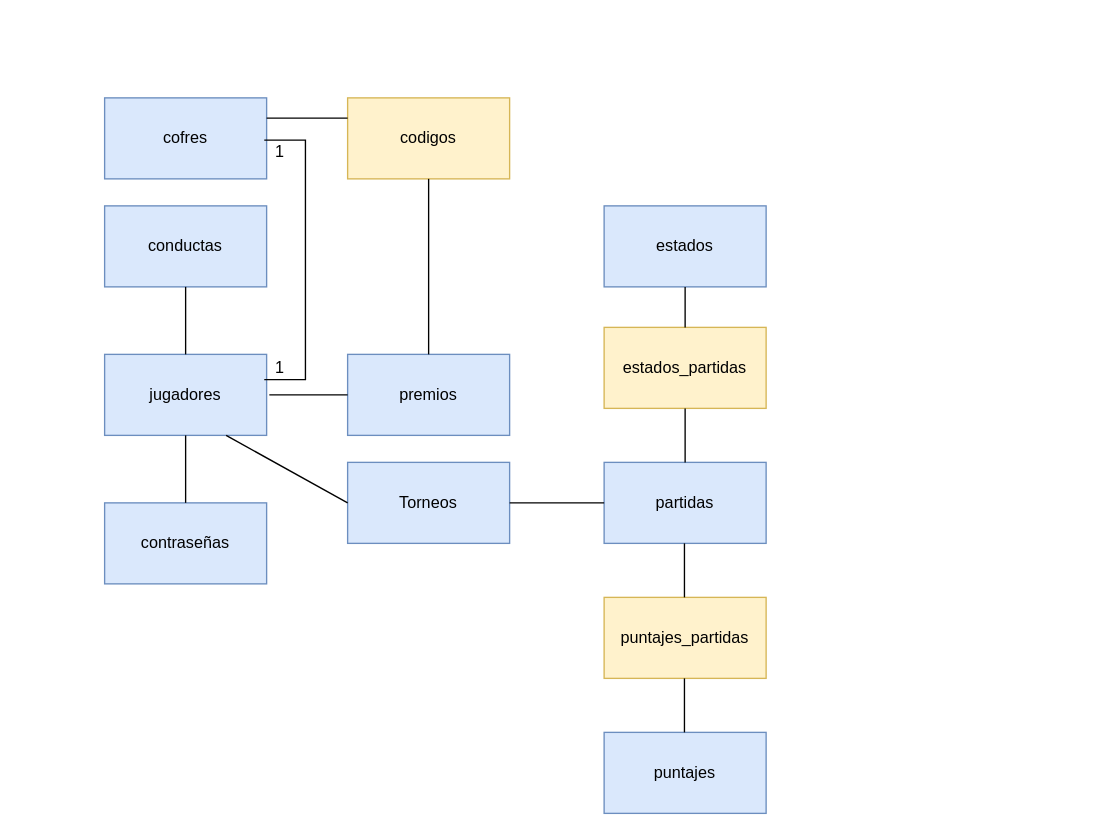
Above: diagramas/Martillzos.drawio in carpenaloza/basic_repo (draw.io), before the change. Source tidied: cells renumbered, new cells numbered last; positions are measured from the earlier drawing's top-left corner, leaving out a move shared by most shapes. Both pictures are drawn from the tidied source at 135%, with x=0, y=0 at pixel (104, 97).
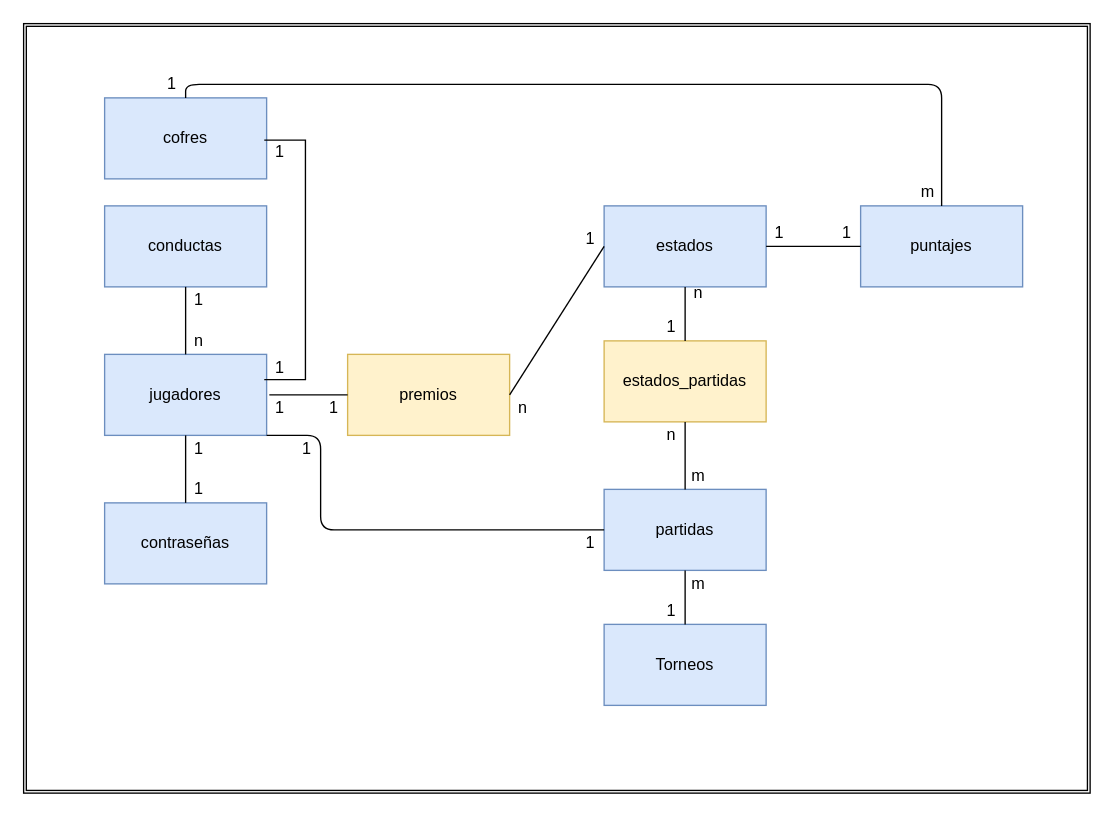
The same diagram, later.

Unchanged cells that the change refers to:
```xml
<mxCell id="3" value="jugadores" style="rounded=0;whiteSpace=wrap;html=1;fillColor=#dae8fc;strokeColor=#6c8ebf;" parent="1" vertex="1">
  <mxGeometry y="190" width="120" height="60" as="geometry" />
</mxCell>
<mxCell id="9" value="estados" style="rounded=0;whiteSpace=wrap;html=1;fillColor=#dae8fc;strokeColor=#6c8ebf;" parent="1" vertex="1">
  <mxGeometry x="370" y="80" width="120" height="60" as="geometry" />
</mxCell>
<mxCell id="18" value="cofres" style="rounded=0;whiteSpace=wrap;html=1;fillColor=#dae8fc;strokeColor=#6c8ebf;" parent="1" vertex="1">
  <mxGeometry width="120" height="60" as="geometry" />
</mxCell>
```

Change to the diagram source:
```diff
@@
+    <mxCell id="28" style="shape=ext;double=1;rounded=0;whiteSpace=wrap;html=1;" parent="1" vertex="1">
+      <mxGeometry x="-60" y="-55" width="790" height="570" as="geometry" />
+    </mxCell>
@@
     <mxCell id="7" value="Torneos" style="rounded=0;whiteSpace=wrap;html=1;fillColor=#dae8fc;strokeColor=#6c8ebf;" parent="1" vertex="1">
-      <mxGeometry x="180" y="270" width="120" height="60" as="geometry" />
+      <mxGeometry x="370" y="390" width="120" height="60" as="geometry" />
     </mxCell>
     <mxCell id="8" value="partidas" style="rounded=0;whiteSpace=wrap;html=1;fillColor=#dae8fc;strokeColor=#6c8ebf;" parent="1" vertex="1">
-      <mxGeometry x="370" y="270" width="120" height="60" as="geometry" />
+      <mxGeometry x="370" y="290" width="120" height="60" as="geometry" />
     </mxCell>
@@
     <mxCell id="10" value="estados_partidas" style="rounded=0;whiteSpace=wrap;html=1;fillColor=#fff2cc;strokeColor=#d6b656;" parent="1" vertex="1">
-      <mxGeometry x="370" y="170" width="120" height="60" as="geometry" />
+      <mxGeometry x="370" y="180" width="120" height="60" as="geometry" />
     </mxCell>
@@
-    <mxCell id="13" style="endArrow=none;html=1;entryX=1;entryY=0.5;entryDx=0;entryDy=0;exitX=0;exitY=0.5;exitDx=0;exitDy=0;" parent="1" edge="1" source="8">
-      <mxGeometry relative="1" as="geometry">
-        <mxPoint x="300" y="300" as="targetPoint" />
-      </mxGeometry>
-    </mxCell>
     <mxCell id="14" value="puntajes" style="rounded=0;whiteSpace=wrap;html=1;fillColor=#dae8fc;strokeColor=#6c8ebf;" parent="1" vertex="1">
-      <mxGeometry x="370" y="470" width="120" height="60" as="geometry" />
+      <mxGeometry x="560" y="80" width="120" height="60" as="geometry" />
     </mxCell>
-    <mxCell id="15" value="puntajes_partidas" style="rounded=0;whiteSpace=wrap;html=1;fillColor=#fff2cc;strokeColor=#d6b656;" parent="1" vertex="1">
-      <mxGeometry x="370" y="370" width="120" height="60" as="geometry" />
-    </mxCell>
-    <mxCell id="16" style="endArrow=none;html=1;entryX=0.5;entryY=1;entryDx=0;entryDy=0;exitX=0.5;exitY=0;exitDx=0;exitDy=0;" parent="1" edge="1">
-      <mxGeometry relative="1" as="geometry">
-        <mxPoint x="429.5" y="370" as="sourcePoint" />
-        <mxPoint x="429.5" y="330" as="targetPoint" />
-      </mxGeometry>
-    </mxCell>
-    <mxCell id="17" style="endArrow=none;html=1;entryX=0.5;entryY=1;entryDx=0;entryDy=0;exitX=0.5;exitY=0;exitDx=0;exitDy=0;" parent="1" edge="1">
+    <mxCell id="17" style="endArrow=none;html=1;entryX=0.5;entryY=1;entryDx=0;entryDy=0;exitX=0;exitY=0.5;exitDx=0;exitDy=0;startArrow=none;" parent="1" edge="1" source="14">
       <mxGeometry relative="1" as="geometry">
-        <mxPoint x="429.5" y="470" as="sourcePoint" />
-        <mxPoint x="429.5" y="430" as="targetPoint" />
+        <mxPoint x="490" y="110" as="targetPoint" />
       </mxGeometry>
     </mxCell>
@@
-    <mxCell id="20" value="premios" style="rounded=0;whiteSpace=wrap;html=1;fillColor=#dae8fc;strokeColor=#6c8ebf;" parent="1" vertex="1">
+    <mxCell id="20" value="premios" style="rounded=0;whiteSpace=wrap;html=1;fillColor=#fff2cc;strokeColor=#d6b656;" parent="1" vertex="1">
       <mxGeometry x="180" y="190" width="120" height="60" as="geometry" />
     </mxCell>
@@
-    <mxCell id="24" style="endArrow=none;html=1;entryX=0.75;entryY=1;entryDx=0;entryDy=0;exitX=0;exitY=0.5;exitDx=0;exitDy=0;" parent="1" edge="1" source="7" target="3">
+    <mxCell id="24" style="endArrow=none;html=1;exitX=0.5;exitY=0;exitDx=0;exitDy=0;entryX=0.5;entryY=1;entryDx=0;entryDy=0;" parent="1" edge="1" source="7" target="8">
       <mxGeometry relative="1" as="geometry" />
     </mxCell>
-    <mxCell id="25" value="codigos" style="rounded=0;whiteSpace=wrap;html=1;fillColor=#fff2cc;strokeColor=#d6b656;" parent="1" vertex="1">
-      <mxGeometry x="180" width="120" height="60" as="geometry" />
-    </mxCell>
-    <mxCell id="26" style="endArrow=none;html=1;entryX=0.5;entryY=1;entryDx=0;entryDy=0;exitX=0.5;exitY=0;exitDx=0;exitDy=0;" parent="1" edge="1" source="20" target="25">
-      <mxGeometry relative="1" as="geometry" />
-    </mxCell>
-    <mxCell id="27" style="endArrow=none;html=1;entryX=0;entryY=0.25;entryDx=0;entryDy=0;exitX=1;exitY=0.25;exitDx=0;exitDy=0;" parent="1" edge="1" source="18" target="25">
+    <mxCell id="27" style="endArrow=none;html=1;entryX=0;entryY=0.5;entryDx=0;entryDy=0;exitX=1;exitY=0.5;exitDx=0;exitDy=0;" parent="1" edge="1" source="20" target="9">
       <mxGeometry relative="1" as="geometry" />
     </mxCell>
+    <mxCell id="29" value="1" style="text;html=1;strokeColor=none;fillColor=none;align=center;verticalAlign=middle;whiteSpace=wrap;rounded=0;" parent="1" vertex="1">
+      <mxGeometry x="50" y="250" width="40" height="20" as="geometry" />
+    </mxCell>
+    <mxCell id="30" value="1" style="text;html=1;strokeColor=none;fillColor=none;align=center;verticalAlign=middle;whiteSpace=wrap;rounded=0;" parent="1" vertex="1">
+      <mxGeometry x="50" y="280" width="40" height="20" as="geometry" />
+    </mxCell>
+    <mxCell id="31" value="1" style="text;html=1;strokeColor=none;fillColor=none;align=center;verticalAlign=middle;whiteSpace=wrap;rounded=0;" parent="1" vertex="1">
+      <mxGeometry x="50" y="140" width="40" height="20" as="geometry" />
+    </mxCell>
+    <mxCell id="32" value="n" style="text;html=1;strokeColor=none;fillColor=none;align=center;verticalAlign=middle;whiteSpace=wrap;rounded=0;" parent="1" vertex="1">
+      <mxGeometry x="50" y="170" width="40" height="20" as="geometry" />
+    </mxCell>
+    <mxCell id="33" value="1" style="text;html=1;strokeColor=none;fillColor=none;align=center;verticalAlign=middle;whiteSpace=wrap;rounded=0;" parent="1" vertex="1">
+      <mxGeometry x="480" y="90" width="40" height="20" as="geometry" />
+    </mxCell>
+    <mxCell id="34" value="1" style="text;html=1;strokeColor=none;fillColor=none;align=center;verticalAlign=middle;whiteSpace=wrap;rounded=0;" parent="1" vertex="1">
+      <mxGeometry x="150" y="220" width="40" height="20" as="geometry" />
+    </mxCell>
+    <mxCell id="35" value="n" style="text;html=1;strokeColor=none;fillColor=none;align=center;verticalAlign=middle;whiteSpace=wrap;rounded=0;" parent="1" vertex="1">
+      <mxGeometry x="290" y="220" width="40" height="20" as="geometry" />
+    </mxCell>
+    <mxCell id="36" value="1" style="text;html=1;strokeColor=none;fillColor=none;align=center;verticalAlign=middle;whiteSpace=wrap;rounded=0;" parent="1" vertex="1">
+      <mxGeometry x="110" y="220" width="40" height="20" as="geometry" />
+    </mxCell>
+    <mxCell id="37" value="1" style="text;html=1;strokeColor=none;fillColor=none;align=center;verticalAlign=middle;whiteSpace=wrap;rounded=0;" parent="1" vertex="1">
+      <mxGeometry x="340" y="95" width="40" height="20" as="geometry" />
+    </mxCell>
+    <mxCell id="38" value="1" style="text;html=1;strokeColor=none;fillColor=none;align=center;verticalAlign=middle;whiteSpace=wrap;rounded=0;" parent="1" vertex="1">
+      <mxGeometry x="530" y="90" width="40" height="20" as="geometry" />
+    </mxCell>
+    <mxCell id="39" value="1" style="text;html=1;strokeColor=none;fillColor=none;align=center;verticalAlign=middle;whiteSpace=wrap;rounded=0;" parent="1" vertex="1">
+      <mxGeometry x="130" y="250" width="40" height="20" as="geometry" />
+    </mxCell>
+    <mxCell id="40" value="1" style="text;html=1;strokeColor=none;fillColor=none;align=center;verticalAlign=middle;whiteSpace=wrap;rounded=0;" parent="1" vertex="1">
+      <mxGeometry x="340" y="320" width="40" height="20" as="geometry" />
+    </mxCell>
+    <mxCell id="41" value="n" style="text;html=1;strokeColor=none;fillColor=none;align=center;verticalAlign=middle;whiteSpace=wrap;rounded=0;" parent="1" vertex="1">
+      <mxGeometry x="400" y="240" width="40" height="20" as="geometry" />
+    </mxCell>
+    <mxCell id="42" value="m" style="text;html=1;strokeColor=none;fillColor=none;align=center;verticalAlign=middle;whiteSpace=wrap;rounded=0;" parent="1" vertex="1">
+      <mxGeometry x="420" y="270" width="40" height="20" as="geometry" />
+    </mxCell>
+    <mxCell id="43" value="n" style="text;html=1;strokeColor=none;fillColor=none;align=center;verticalAlign=middle;whiteSpace=wrap;rounded=0;" parent="1" vertex="1">
+      <mxGeometry x="420" y="135" width="40" height="20" as="geometry" />
+    </mxCell>
+    <mxCell id="44" value="1" style="text;html=1;strokeColor=none;fillColor=none;align=center;verticalAlign=middle;whiteSpace=wrap;rounded=0;" parent="1" vertex="1">
+      <mxGeometry x="400" y="160" width="40" height="20" as="geometry" />
+    </mxCell>
+    <mxCell id="45" value="m" style="text;html=1;strokeColor=none;fillColor=none;align=center;verticalAlign=middle;whiteSpace=wrap;rounded=0;" parent="1" vertex="1">
+      <mxGeometry x="420" y="350" width="40" height="20" as="geometry" />
+    </mxCell>
+    <mxCell id="46" value="1" style="text;html=1;strokeColor=none;fillColor=none;align=center;verticalAlign=middle;whiteSpace=wrap;rounded=0;" parent="1" vertex="1">
+      <mxGeometry x="400" y="370" width="40" height="20" as="geometry" />
+    </mxCell>
+    <mxCell id="47" style="edgeStyle=elbowEdgeStyle;elbow=horizontal;endArrow=none;html=1;exitX=0.5;exitY=0;exitDx=0;exitDy=0;entryX=0.5;entryY=0;entryDx=0;entryDy=0;endFill=0;" parent="1" edge="1" source="18" target="14">
+      <mxGeometry relative="1" as="geometry">
+        <Array as="points">
+          <mxPoint x="340" y="-10" />
+        </Array>
+      </mxGeometry>
+    </mxCell>
+    <mxCell id="48" style="edgeStyle=elbowEdgeStyle;elbow=horizontal;endArrow=none;html=1;exitX=1;exitY=1;exitDx=0;exitDy=0;entryX=0.75;entryY=0;entryDx=0;entryDy=0;endFill=0;" parent="1" edge="1" source="3" target="40">
+      <mxGeometry relative="1" as="geometry">
+        <Array as="points">
+          <mxPoint x="160" y="290" />
+        </Array>
+      </mxGeometry>
+    </mxCell>
+    <mxCell id="49" value="1" style="text;html=1;strokeColor=none;fillColor=none;align=center;verticalAlign=middle;whiteSpace=wrap;rounded=0;" parent="1" vertex="1">
+      <mxGeometry x="30" y="-20" width="40" height="20" as="geometry" />
+    </mxCell>
+    <mxCell id="50" value="m" style="text;html=1;strokeColor=none;fillColor=none;align=center;verticalAlign=middle;whiteSpace=wrap;rounded=0;" parent="1" vertex="1">
+      <mxGeometry x="590" y="60" width="40" height="20" as="geometry" />
+    </mxCell>
```
